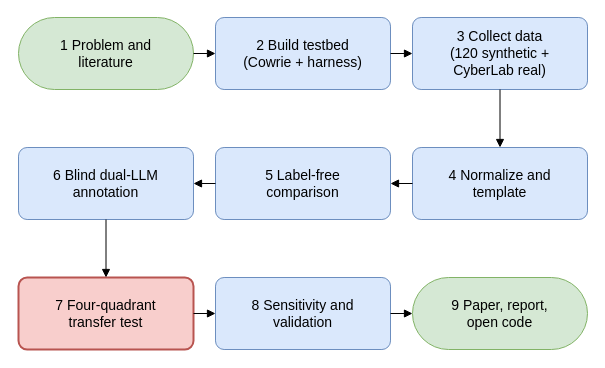
This is report/diagrams/d14_methodology_overview.drawio from parthkansal823/Honeypot_RedTeaming-paper, a draw.io file, before an edit. Source tidied: cells renumbered, new cells numbered last; positions are measured from the earlier drawing's top-left corner, leaving out a move shared by most shapes. Both pictures are drawn from the tidied source at 100%, with x=0, y=0 at pixel (18, 17).
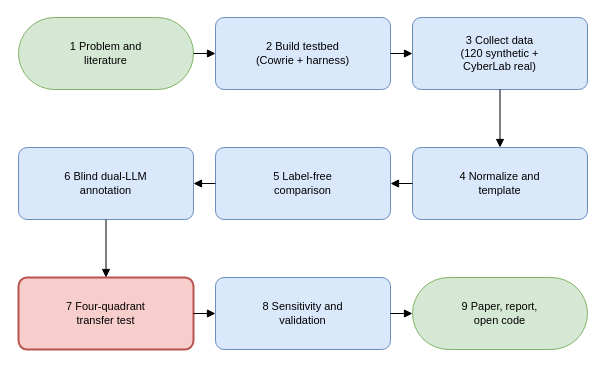
Above is the later version.

Change to the diagram source:
```diff
@@
 <mxGraphModel>
   <root>
     <mxCell id="0" />
     <mxCell id="1" parent="0" />
-    <mxCell id="2" value="1  Problem and&lt;br&gt;literature" style="rounded=1;arcSize=50;whiteSpace=wrap;html=1;fillColor=#D5E8D4;strokeColor=#82B366;fontFamily=Arial;fontSize=14;" parent="1" vertex="1">
+    <mxCell id="2" value="1  Problem and&lt;br&gt;literature" style="rounded=1;arcSize=50;whiteSpace=wrap;html=1;fillColor=#D5E8D4;strokeColor=#82B366;fontFamily=Arial;fontSize=11;" parent="1" vertex="1">
       <mxGeometry width="175" height="72" as="geometry" />
     </mxCell>
-    <mxCell id="3" value="2  Build testbed&lt;br&gt;(Cowrie + harness)" style="rounded=1;arcSize=12;whiteSpace=wrap;html=1;fillColor=#DAE8FC;strokeColor=#6C8EBF;fontFamily=Arial;fontSize=14;" parent="1" vertex="1">
+    <mxCell id="3" value="2  Build testbed&lt;br&gt;(Cowrie + harness)" style="rounded=1;arcSize=12;whiteSpace=wrap;html=1;fillColor=#DAE8FC;strokeColor=#6C8EBF;fontFamily=Arial;fontSize=11;" parent="1" vertex="1">
       <mxGeometry x="197" width="175" height="72" as="geometry" />
     </mxCell>
-    <mxCell id="4" value="3  Collect data&lt;br&gt;(120 synthetic +&lt;br&gt;CyberLab real)" style="rounded=1;arcSize=12;whiteSpace=wrap;html=1;fillColor=#DAE8FC;strokeColor=#6C8EBF;fontFamily=Arial;fontSize=14;" parent="1" vertex="1">
+    <mxCell id="4" value="3  Collect data&lt;br&gt;(120 synthetic +&lt;br&gt;CyberLab real)" style="rounded=1;arcSize=12;whiteSpace=wrap;html=1;fillColor=#DAE8FC;strokeColor=#6C8EBF;fontFamily=Arial;fontSize=11;" parent="1" vertex="1">
       <mxGeometry x="394" width="175" height="72" as="geometry" />
     </mxCell>
-    <mxCell id="5" value="4  Normalize and&lt;br&gt;template" style="rounded=1;arcSize=12;whiteSpace=wrap;html=1;fillColor=#DAE8FC;strokeColor=#6C8EBF;fontFamily=Arial;fontSize=14;" parent="1" vertex="1">
+    <mxCell id="5" value="4  Normalize and&lt;br&gt;template" style="rounded=1;arcSize=12;whiteSpace=wrap;html=1;fillColor=#DAE8FC;strokeColor=#6C8EBF;fontFamily=Arial;fontSize=11;" parent="1" vertex="1">
       <mxGeometry x="394" y="130" width="175" height="72" as="geometry" />
     </mxCell>
-    <mxCell id="6" value="5  Label-free&lt;br&gt;comparison" style="rounded=1;arcSize=12;whiteSpace=wrap;html=1;fillColor=#DAE8FC;strokeColor=#6C8EBF;fontFamily=Arial;fontSize=14;" parent="1" vertex="1">
+    <mxCell id="6" value="5  Label-free&lt;br&gt;comparison" style="rounded=1;arcSize=12;whiteSpace=wrap;html=1;fillColor=#DAE8FC;strokeColor=#6C8EBF;fontFamily=Arial;fontSize=11;" parent="1" vertex="1">
       <mxGeometry x="197" y="130" width="175" height="72" as="geometry" />
     </mxCell>
-    <mxCell id="7" value="6  Blind dual-LLM&lt;br&gt;annotation" style="rounded=1;arcSize=12;whiteSpace=wrap;html=1;fillColor=#DAE8FC;strokeColor=#6C8EBF;fontFamily=Arial;fontSize=14;" parent="1" vertex="1">
+    <mxCell id="7" value="6  Blind dual-LLM&lt;br&gt;annotation" style="rounded=1;arcSize=12;whiteSpace=wrap;html=1;fillColor=#DAE8FC;strokeColor=#6C8EBF;fontFamily=Arial;fontSize=11;" parent="1" vertex="1">
       <mxGeometry y="130" width="175" height="72" as="geometry" />
     </mxCell>
-    <mxCell id="8" value="7  Four-quadrant&lt;br&gt;transfer test" style="rounded=1;arcSize=12;strokeWidth=2;whiteSpace=wrap;html=1;fillColor=#F8CECC;strokeColor=#B85450;fontFamily=Arial;fontSize=14;" parent="1" vertex="1">
+    <mxCell id="8" value="7  Four-quadrant&lt;br&gt;transfer test" style="rounded=1;arcSize=12;strokeWidth=2;whiteSpace=wrap;html=1;fillColor=#F8CECC;strokeColor=#B85450;fontFamily=Arial;fontSize=11;" parent="1" vertex="1">
       <mxGeometry y="260" width="175" height="72" as="geometry" />
     </mxCell>
-    <mxCell id="9" value="8  Sensitivity and&lt;br&gt;validation" style="rounded=1;arcSize=12;whiteSpace=wrap;html=1;fillColor=#DAE8FC;strokeColor=#6C8EBF;fontFamily=Arial;fontSize=14;" parent="1" vertex="1">
+    <mxCell id="9" value="8  Sensitivity and&lt;br&gt;validation" style="rounded=1;arcSize=12;whiteSpace=wrap;html=1;fillColor=#DAE8FC;strokeColor=#6C8EBF;fontFamily=Arial;fontSize=11;" parent="1" vertex="1">
       <mxGeometry x="197" y="260" width="175" height="72" as="geometry" />
     </mxCell>
-    <mxCell id="10" value="9  Paper, report,&lt;br&gt;open code" style="rounded=1;arcSize=50;whiteSpace=wrap;html=1;fillColor=#D5E8D4;strokeColor=#82B366;fontFamily=Arial;fontSize=14;" parent="1" vertex="1">
+    <mxCell id="10" value="9  Paper, report,&lt;br&gt;open code" style="rounded=1;arcSize=50;whiteSpace=wrap;html=1;fillColor=#D5E8D4;strokeColor=#82B366;fontFamily=Arial;fontSize=11;" parent="1" vertex="1">
       <mxGeometry x="394" y="260" width="175" height="72" as="geometry" />
     </mxCell>
     <mxCell id="11" style="edgeStyle=orthogonalEdgeStyle;rounded=0;html=1;endArrow=block;endFill=1;exitX=1;exitY=0.5;exitDx=0;exitDy=0;entryX=0;entryY=0.5;entryDx=0;entryDy=0;fontFamily=Arial;fontSize=11;labelBackgroundColor=#FFFFFF;" parent="1" edge="1" source="2" target="3">
       <mxGeometry relative="1" as="geometry" />
     </mxCell>
     <mxCell id="12" style="edgeStyle=orthogonalEdgeStyle;rounded=0;html=1;endArrow=block;endFill=1;exitX=1;exitY=0.5;exitDx=0;exitDy=0;entryX=0;entryY=0.5;entryDx=0;entryDy=0;fontFamily=Arial;fontSize=11;labelBackgroundColor=#FFFFFF;" parent="1" edge="1" source="3" target="4">
       <mxGeometry relative="1" as="geometry" />
     </mxCell>
     <mxCell id="13" style="edgeStyle=orthogonalEdgeStyle;rounded=0;html=1;endArrow=block;endFill=1;exitX=0.5;exitY=1;exitDx=0;exitDy=0;entryX=0.5;entryY=0;entryDx=0;entryDy=0;fontFamily=Arial;fontSize=11;labelBackgroundColor=#FFFFFF;" parent="1" edge="1" source="4" target="5">
       <mxGeometry relative="1" as="geometry" />
     </mxCell>
     <mxCell id="14" style="edgeStyle=orthogonalEdgeStyle;rounded=0;html=1;endArrow=block;endFill=1;exitX=0;exitY=0.5;exitDx=0;exitDy=0;entryX=1;entryY=0.5;entryDx=0;entryDy=0;fontFamily=Arial;fontSize=11;labelBackgroundColor=#FFFFFF;" parent="1" edge="1" source="5" target="6">
       <mxGeometry relative="1" as="geometry" />
     </mxCell>
     <mxCell id="15" style="edgeStyle=orthogonalEdgeStyle;rounded=0;html=1;endArrow=block;endFill=1;exitX=0;exitY=0.5;exitDx=0;exitDy=0;entryX=1;entryY=0.5;entryDx=0;entryDy=0;fontFamily=Arial;fontSize=11;labelBackgroundColor=#FFFFFF;" parent="1" edge="1" source="6" target="7">
       <mxGeometry relative="1" as="geometry" />
     </mxCell>
     <mxCell id="16" style="edgeStyle=orthogonalEdgeStyle;rounded=0;html=1;endArrow=block;endFill=1;exitX=0.5;exitY=1;exitDx=0;exitDy=0;entryX=0.5;entryY=0;entryDx=0;entryDy=0;fontFamily=Arial;fontSize=11;labelBackgroundColor=#FFFFFF;" parent="1" edge="1" source="7" target="8">
       <mxGeometry relative="1" as="geometry" />
     </mxCell>
     <mxCell id="17" style="edgeStyle=orthogonalEdgeStyle;rounded=0;html=1;endArrow=block;endFill=1;exitX=1;exitY=0.5;exitDx=0;exitDy=0;entryX=0;entryY=0.5;entryDx=0;entryDy=0;fontFamily=Arial;fontSize=11;labelBackgroundColor=#FFFFFF;" parent="1" edge="1" source="8" target="9">
       <mxGeometry relative="1" as="geometry" />
     </mxCell>
     <mxCell id="18" style="edgeStyle=orthogonalEdgeStyle;rounded=0;html=1;endArrow=block;endFill=1;exitX=1;exitY=0.5;exitDx=0;exitDy=0;entryX=0;entryY=0.5;entryDx=0;entryDy=0;fontFamily=Arial;fontSize=11;labelBackgroundColor=#FFFFFF;" parent="1" edge="1" source="9" target="10">
       <mxGeometry relative="1" as="geometry" />
     </mxCell>
   </root>
 </mxGraphModel>
```
